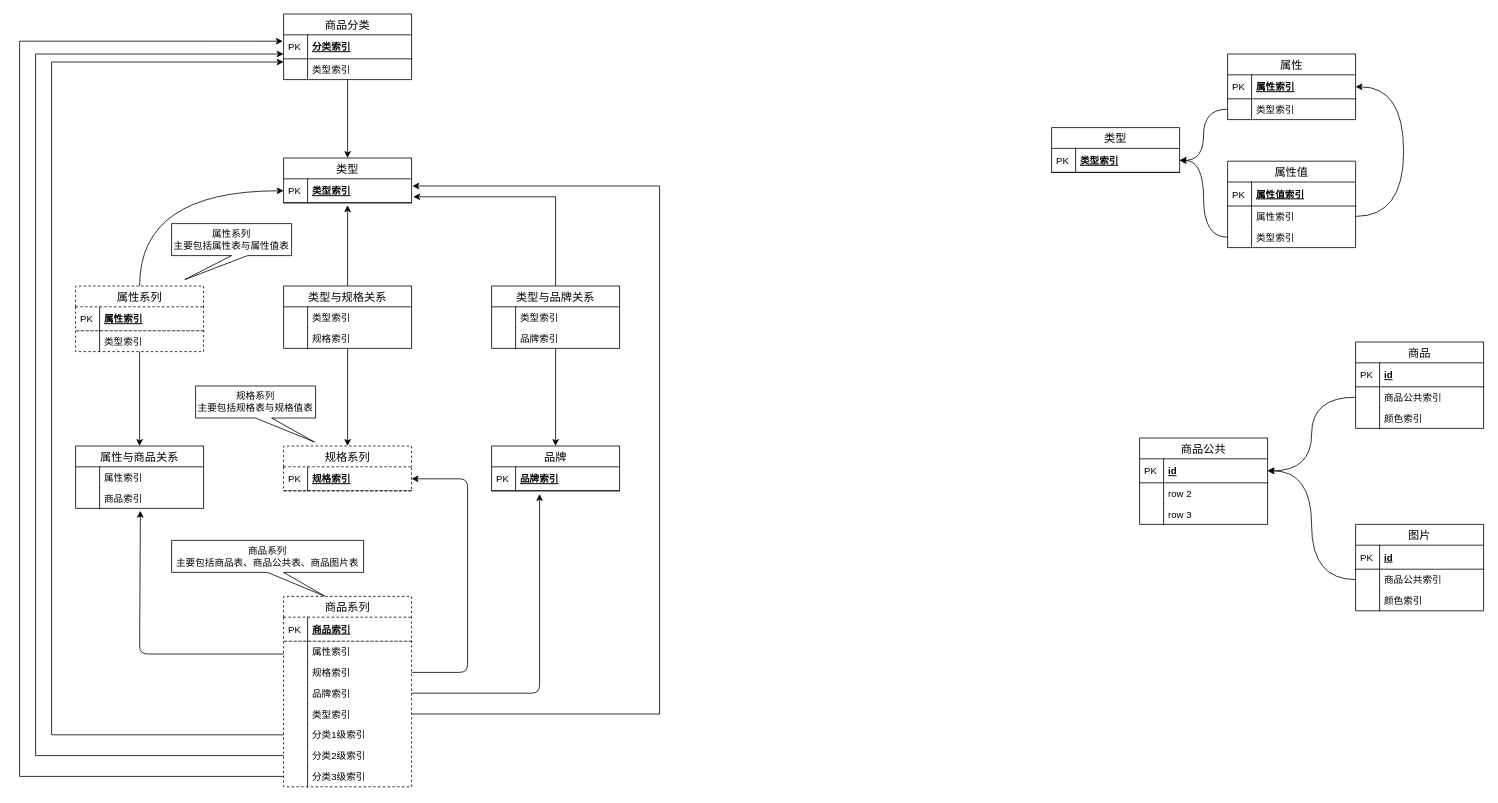
Earlier version of the draw.io diagram page "商品模块数据库设计" (1 of 10) of src/dragon.drawio (ab-doc/draw.io). Source tidied: cells renumbered, new cells numbered last; positions are measured from the earlier drawing's top-left corner, leaving out a move shared by most shapes. Both pictures are drawn from the tidied source at 80%, with x=0, y=0 at pixel (19, 14).
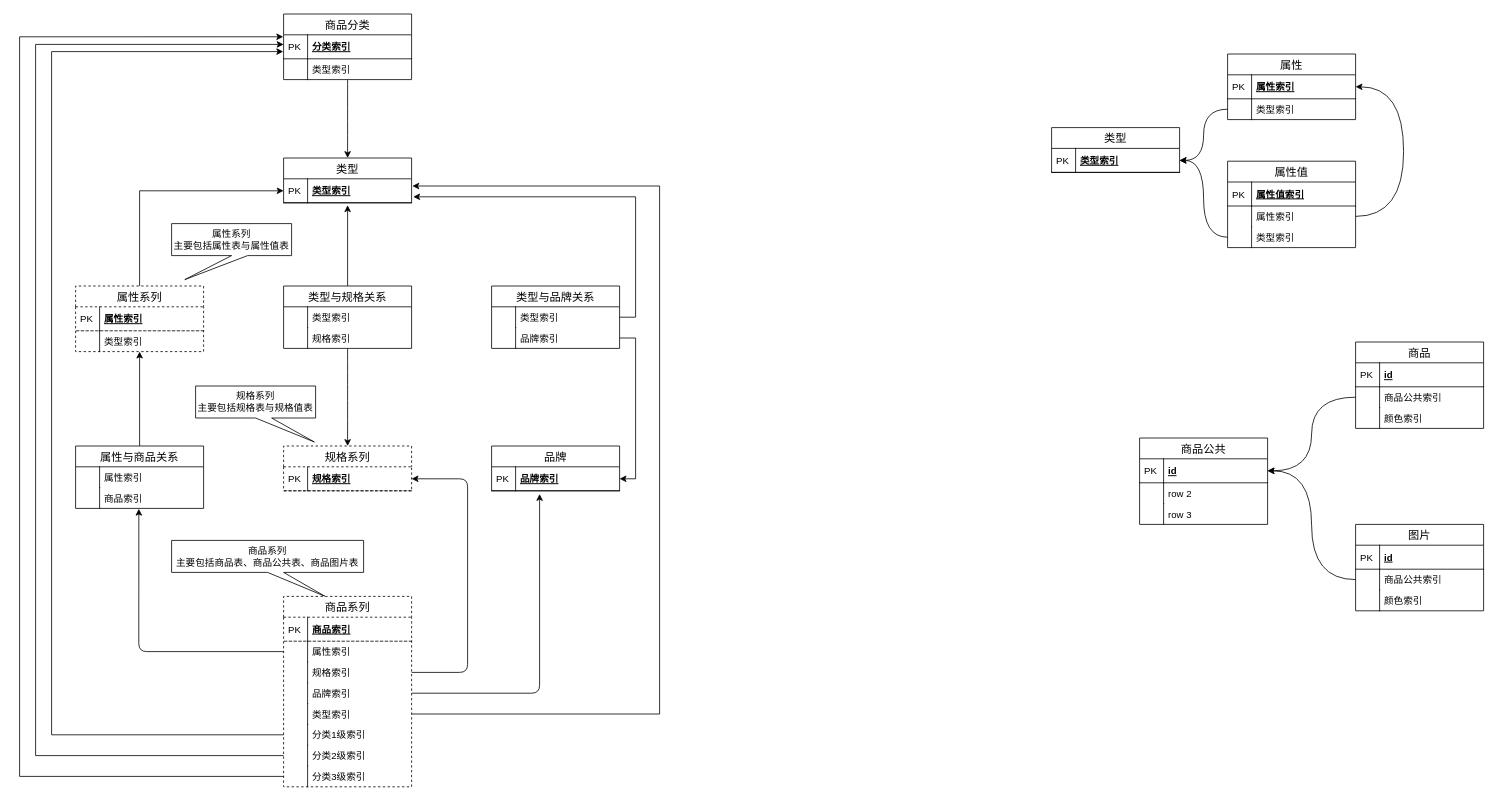
After the change.

The change refers to these unchanged cells:
```xml
<mxCell id="36" value="属性索引" style="shape=partialRectangle;top=0;left=0;right=0;bottom=0;align=left;verticalAlign=top;fillColor=none;spacingLeft=34;spacingRight=4;overflow=hidden;points=[[0,0.5],[1,0.5]];portConstraint=eastwest;fontSize=12;dashed=1;" parent="33" vertex="1">
  <mxGeometry y="56" width="160" height="26" as="geometry" />
</mxCell>
<mxCell id="44" value="分类1级索引" style="shape=partialRectangle;top=0;left=0;right=0;bottom=0;align=left;verticalAlign=top;fillColor=none;spacingLeft=34;spacingRight=4;overflow=hidden;points=[[0,0.5],[1,0.5]];portConstraint=eastwest;fontSize=12;dashed=1;" parent="33" vertex="1">
  <mxGeometry y="160" width="160" height="26" as="geometry" />
</mxCell>
<mxCell id="46" value="分类2级索引" style="shape=partialRectangle;top=0;left=0;right=0;bottom=0;align=left;verticalAlign=top;fillColor=none;spacingLeft=34;spacingRight=4;overflow=hidden;points=[[0,0.5],[1,0.5]];portConstraint=eastwest;fontSize=12;dashed=1;" parent="33" vertex="1">
  <mxGeometry y="186" width="160" height="26" as="geometry" />
</mxCell>
<mxCell id="48" value="分类3级索引" style="shape=partialRectangle;top=0;left=0;right=0;bottom=0;align=left;verticalAlign=top;fillColor=none;spacingLeft=34;spacingRight=4;overflow=hidden;points=[[0,0.5],[1,0.5]];portConstraint=eastwest;fontSize=12;dashed=1;" parent="33" vertex="1">
  <mxGeometry y="212" width="160" height="26" as="geometry" />
</mxCell>
<mxCell id="55" value="属性系列" style="swimlane;fontStyle=0;horizontal=1;startSize=26;align=center;fontSize=14;dashed=1;" parent="1" vertex="1">
  <mxGeometry x="70" y="340" width="160" height="82" as="geometry" />
</mxCell>
<mxCell id="60" value="属性与商品关系" style="swimlane;fontStyle=0;horizontal=1;startSize=26;align=center;fontSize=14;" parent="1" vertex="1">
  <mxGeometry x="70" y="540" width="160" height="78" as="geometry" />
</mxCell>
<mxCell id="63" value="商品索引" style="shape=partialRectangle;top=0;left=0;right=0;bottom=0;align=left;verticalAlign=top;fillColor=none;spacingLeft=34;spacingRight=4;overflow=hidden;points=[[0,0.5],[1,0.5]];portConstraint=eastwest;fontSize=12;" parent="60" vertex="1">
  <mxGeometry y="52" width="160" height="26" as="geometry" />
</mxCell>
<mxCell id="65" value="品牌" style="swimlane;fontStyle=0;horizontal=1;startSize=26;align=center;fontSize=14;" parent="1" vertex="1">
  <mxGeometry x="590" y="540" width="160" height="56" as="geometry" />
</mxCell>
<mxCell id="66" value="品牌索引" style="shape=partialRectangle;top=0;left=0;right=0;bottom=1;align=left;verticalAlign=middle;fillColor=none;spacingLeft=34;spacingRight=4;overflow=hidden;points=[[0,0.5],[1,0.5]];portConstraint=eastwest;fontStyle=5;fontSize=12;" parent="65" vertex="1">
  <mxGeometry y="26" width="160" height="30" as="geometry" />
</mxCell>
<mxCell id="68" value="类型与品牌关系" style="swimlane;fontStyle=0;horizontal=1;startSize=26;align=center;fontSize=14;" parent="1" vertex="1">
  <mxGeometry x="590" y="340" width="160" height="78" as="geometry" />
</mxCell>
<mxCell id="69" value="类型索引" style="shape=partialRectangle;top=0;left=0;right=0;bottom=0;align=left;verticalAlign=top;fillColor=none;spacingLeft=34;spacingRight=4;overflow=hidden;points=[[0,0.5],[1,0.5]];portConstraint=eastwest;fontSize=12;" parent="68" vertex="1">
  <mxGeometry y="26" width="160" height="26" as="geometry" />
</mxCell>
<mxCell id="71" value="品牌索引" style="shape=partialRectangle;top=0;left=0;right=0;bottom=0;align=left;verticalAlign=top;fillColor=none;spacingLeft=34;spacingRight=4;overflow=hidden;points=[[0,0.5],[1,0.5]];portConstraint=eastwest;fontSize=12;" parent="68" vertex="1">
  <mxGeometry y="52" width="160" height="26" as="geometry" />
</mxCell>
<mxCell id="74" value="分类索引" style="shape=partialRectangle;top=0;left=0;right=0;bottom=1;align=left;verticalAlign=middle;fillColor=none;spacingLeft=34;spacingRight=4;overflow=hidden;points=[[0,0.5],[1,0.5]];portConstraint=eastwest;fontStyle=5;fontSize=12;" parent="73" vertex="1">
  <mxGeometry y="26" width="160" height="30" as="geometry" />
</mxCell>
<mxCell id="79" value="类型索引" style="shape=partialRectangle;top=0;left=0;right=0;bottom=1;align=left;verticalAlign=middle;fillColor=none;spacingLeft=34;spacingRight=4;overflow=hidden;points=[[0,0.5],[1,0.5]];portConstraint=eastwest;fontStyle=5;fontSize=12;" parent="78" vertex="1">
  <mxGeometry y="26" width="160" height="30" as="geometry" />
</mxCell>
```

Change to the diagram source:
```diff
@@
-    <mxCell id="4" style="edgeStyle=orthogonalEdgeStyle;curved=1;rounded=0;jettySize=auto;html=1;" parent="1" edge="1" source="68" target="65">
+    <mxCell id="4" style="edgeStyle=orthogonalEdgeStyle;rounded=0;jettySize=auto;html=1;exitX=1;exitY=0.5;exitDx=0;exitDy=0;entryX=1;entryY=0.5;entryDx=0;entryDy=0;" parent="1" edge="1" source="71" target="66">
       <mxGeometry relative="1" as="geometry" />
     </mxCell>
-    <mxCell id="5" style="edgeStyle=orthogonalEdgeStyle;curved=1;rounded=0;jettySize=auto;html=1;" parent="1" edge="1" source="55" target="60">
-      <mxGeometry relative="1" as="geometry" />
-    </mxCell>
-    <mxCell id="6" style="edgeStyle=orthogonalEdgeStyle;curved=1;rounded=0;jettySize=auto;html=1;entryX=0;entryY=0.5;entryDx=0;entryDy=0;" parent="1" edge="1" source="55" target="79">
+    <mxCell id="6" style="edgeStyle=orthogonalEdgeStyle;rounded=0;jettySize=auto;html=1;entryX=0;entryY=0.5;entryDx=0;entryDy=0;" parent="1" edge="1" source="55" target="79">
       <mxGeometry relative="1" as="geometry" />
     </mxCell>
@@
-    <mxCell id="8" style="edgeStyle=orthogonalEdgeStyle;rounded=0;jettySize=auto;html=1;entryX=1.013;entryY=0.75;entryDx=0;entryDy=0;exitX=0.5;exitY=0;exitDx=0;exitDy=0;entryPerimeter=0;" parent="1" edge="1" source="68" target="79">
+    <mxCell id="8" style="edgeStyle=orthogonalEdgeStyle;rounded=0;jettySize=auto;html=1;entryX=1.013;entryY=0.75;entryDx=0;entryDy=0;exitX=1;exitY=0.5;exitDx=0;exitDy=0;entryPerimeter=0;" parent="1" edge="1" source="69" target="79">
       <mxGeometry relative="1" as="geometry" />
     </mxCell>
@@
-    <mxCell id="11" style="endArrow=classic;html=1;edgeStyle=orthogonalEdgeStyle;entryX=0.506;entryY=1.115;entryDx=0;entryDy=0;entryPerimeter=0;" parent="1" edge="1" source="36" target="63">
-      <mxGeometry relative="1" as="geometry">
-        <Array as="points">
-          <mxPoint x="150" y="800" />
-        </Array>
-      </mxGeometry>
+    <mxCell id="11" style="endArrow=classic;html=1;edgeStyle=orthogonalEdgeStyle;entryX=0.494;entryY=1.019;entryDx=0;entryDy=0;entryPerimeter=0;" parent="1" edge="1" source="36" target="63">
+      <mxGeometry relative="1" as="geometry" />
     </mxCell>
@@
+    <mxCell id="111" style="edgeStyle=none;rounded=0;jettySize=auto;html=1;entryX=0.5;entryY=1;entryDx=0;entryDy=0;" parent="1" edge="1" source="60" target="55">
+      <mxGeometry relative="1" as="geometry" />
+    </mxCell>
@@
-    <mxCell id="86" style="edgeStyle=orthogonalEdgeStyle;rounded=0;jettySize=auto;html=1;exitX=0;exitY=0.5;exitDx=0;exitDy=0;" parent="1" edge="1" source="44">
+    <mxCell id="86" style="edgeStyle=orthogonalEdgeStyle;rounded=0;jettySize=auto;html=1;exitX=0;exitY=0.5;exitDx=0;exitDy=0;entryX=-0.003;entryY=0.7;entryDx=0;entryDy=0;entryPerimeter=0;" parent="1" edge="1" source="44" target="74">
       <mxGeometry relative="1" as="geometry">
-        <mxPoint x="330" y="60" as="targetPoint" />
         <Array as="points">
           <mxPoint x="40" y="901" />
-          <mxPoint x="40" y="60" />
-          <mxPoint x="330" y="60" />
+          <mxPoint x="40" y="47" />
         </Array>
       </mxGeometry>
     </mxCell>
@@
-    <mxCell id="108" style="edgeStyle=orthogonalEdgeStyle;rounded=0;jettySize=auto;html=1;exitX=0;exitY=0.5;exitDx=0;exitDy=0;" parent="1" edge="1" source="46">
+    <mxCell id="108" style="edgeStyle=orthogonalEdgeStyle;rounded=0;jettySize=auto;html=1;exitX=0;exitY=0.5;exitDx=0;exitDy=0;entryX=0;entryY=0.4;entryDx=0;entryDy=0;entryPerimeter=0;" parent="1" edge="1" source="46" target="74">
       <mxGeometry relative="1" as="geometry">
-        <mxPoint x="330" y="50" as="targetPoint" />
         <Array as="points">
           <mxPoint x="20" y="927" />
-          <mxPoint x="20" y="50" />
-          <mxPoint x="330" y="50" />
+          <mxPoint x="20" y="38" />
         </Array>
       </mxGeometry>
     </mxCell>
-    <mxCell id="109" style="edgeStyle=orthogonalEdgeStyle;rounded=0;jettySize=auto;html=1;exitX=0;exitY=0.5;exitDx=0;exitDy=0;entryX=-0.006;entryY=0.267;entryDx=0;entryDy=0;entryPerimeter=0;" parent="1" edge="1" source="48" target="74">
+    <mxCell id="109" style="edgeStyle=orthogonalEdgeStyle;rounded=0;jettySize=auto;html=1;exitX=0;exitY=0.5;exitDx=0;exitDy=0;entryX=-0.003;entryY=0.083;entryDx=0;entryDy=0;entryPerimeter=0;" parent="1" edge="1" source="48" target="74">
       <mxGeometry relative="1" as="geometry">
         <Array as="points">
           <mxPoint y="953" />
-          <mxPoint y="34" />
+          <mxPoint y="28" />
+          <mxPoint x="330" y="28" />
         </Array>
       </mxGeometry>
     </mxCell>
```
